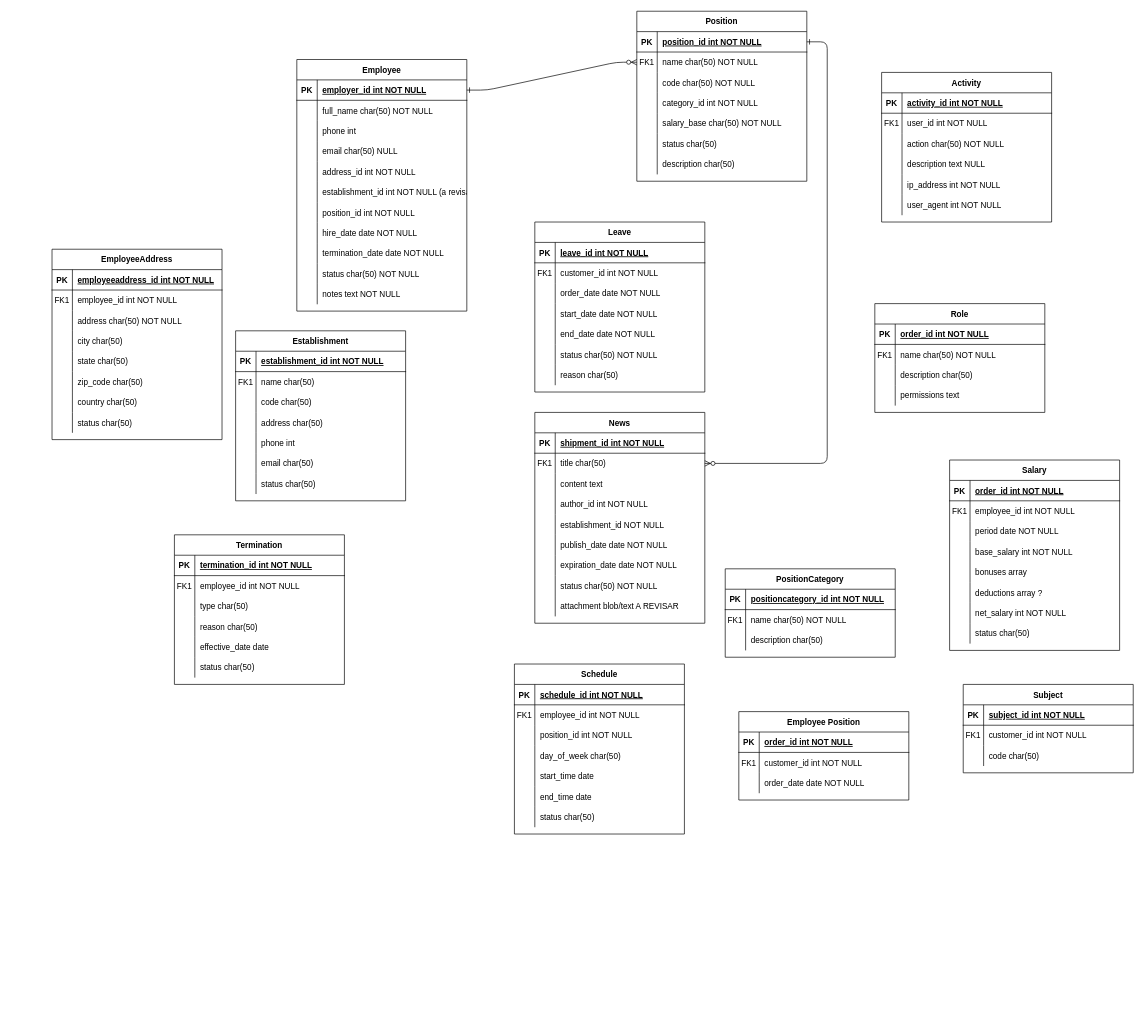
This is Untitled Diagram.drawio from Vedgge/WormSync, a draw.io file, before an edit. Source tidied: cells renumbered, new cells numbered last; positions are measured from the earlier drawing's top-left corner, leaving out a move shared by most shapes. Both pictures are drawn from the tidied source at 68%, with x=0, y=0 at pixel (52, 11).
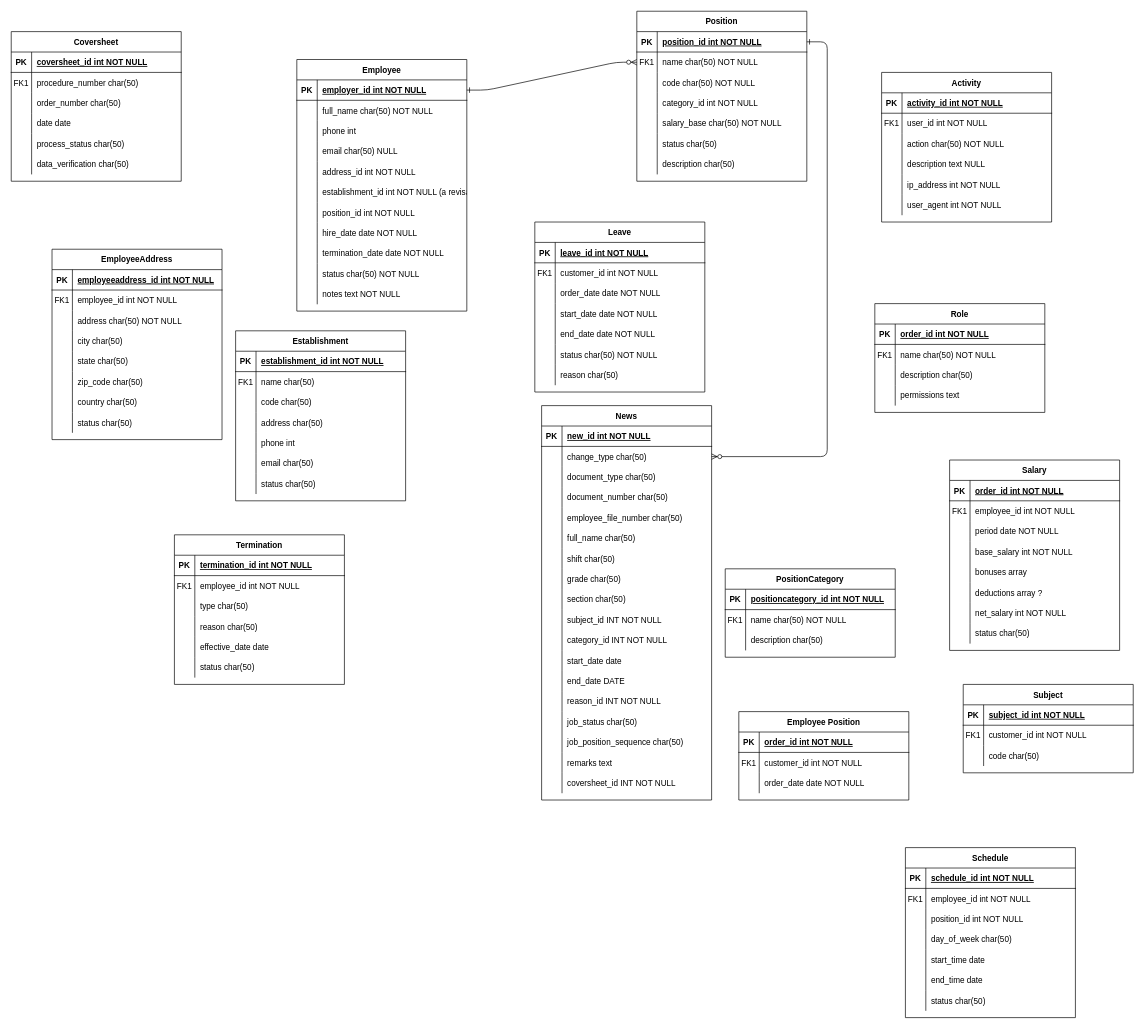
After the change.

Unchanged cells that the change refers to:
```xml
<mxCell id="27" style="shape=partialRectangle;fillColor=none;top=0;left=0;right=0;bottom=1;" parent="26" vertex="1">
  <mxGeometry y="30" width="250" height="30" as="geometry" />
</mxCell>
<mxCell id="30" style="shape=partialRectangle;fillColor=none;points=[[0,0.5],[1,0.5]];portConstraint=eastwest;top=0;left=0;right=0;bottom=0;" parent="26" vertex="1">
  <mxGeometry y="60" width="250" height="30" as="geometry" />
</mxCell>
<mxCell id="33" style="shape=partialRectangle;fillColor=none;top=0;left=0;right=0;bottom=0;" parent="26" vertex="1">
  <mxGeometry y="90" width="250" height="30" as="geometry" />
</mxCell>
<mxCell id="36" style="shape=partialRectangle;fillColor=none;top=0;left=0;right=0;bottom=0;" parent="26" vertex="1">
  <mxGeometry y="120" width="250" height="30" as="geometry" />
</mxCell>
<mxCell id="39" style="shape=partialRectangle;fillColor=none;top=0;left=0;right=0;bottom=0;" parent="26" vertex="1">
  <mxGeometry y="150" width="250" height="30" as="geometry" />
</mxCell>
<mxCell id="42" style="shape=partialRectangle;fillColor=none;top=0;left=0;right=0;bottom=0;" parent="26" vertex="1">
  <mxGeometry y="180" width="250" height="30" as="geometry" />
</mxCell>
<mxCell id="45" style="shape=partialRectangle;fillColor=none;top=0;left=0;right=0;bottom=0;" parent="26" vertex="1">
  <mxGeometry y="210" width="250" height="30" as="geometry" />
</mxCell>
<mxCell id="48" style="shape=partialRectangle;fillColor=none;top=0;left=0;right=0;bottom=0;" parent="26" vertex="1">
  <mxGeometry y="240" width="250" height="30" as="geometry" />
</mxCell>
<mxCell id="51" style="shape=partialRectangle;fillColor=none;top=0;left=0;right=0;bottom=0;" parent="26" vertex="1">
  <mxGeometry y="270" width="250" height="30" as="geometry" />
</mxCell>
```

Diff of the diagram source:
```diff
@@
     <mxCell id="26" value="News" style="shape=table;startSize=30;childLayout=tableLayout;rowLines=0;fontStyle=1;align=center;" parent="1" vertex="1">
-      <mxGeometry x="710" y="590" width="250" height="310" as="geometry" />
+      <mxGeometry x="720" y="580" width="250" height="580" as="geometry" />
     </mxCell>
@@
-    <mxCell id="29" value="shipment_id int NOT NULL " style="shape=partialRectangle;overflow=hidden;fillColor=none;top=0;left=0;bottom=0;right=0;align=left;spacingLeft=6;fontStyle=5;" parent="27" vertex="1">
+    <mxCell id="29" value="new_id int NOT NULL " style="shape=partialRectangle;overflow=hidden;fillColor=none;top=0;left=0;bottom=0;right=0;align=left;spacingLeft=6;fontStyle=5;" parent="27" vertex="1">
       <mxGeometry x="30" width="220" height="30" as="geometry" />
     </mxCell>
@@
-    <mxCell id="31" value="FK1" style="shape=partialRectangle;overflow=hidden;fillColor=none;top=0;left=0;bottom=0;right=0;" parent="30" vertex="1">
+    <mxCell id="31" style="shape=partialRectangle;overflow=hidden;fillColor=none;top=0;left=0;bottom=0;right=0;" parent="30" vertex="1">
       <mxGeometry width="30" height="30" as="geometry" />
     </mxCell>
-    <mxCell id="32" value="title char(50)" style="shape=partialRectangle;overflow=hidden;fillColor=none;top=0;left=0;bottom=0;right=0;align=left;spacingLeft=6;" parent="30" vertex="1">
+    <mxCell id="32" value="change_type char(50)" style="shape=partialRectangle;overflow=hidden;fillColor=none;top=0;left=0;bottom=0;right=0;align=left;spacingLeft=6;" parent="30" vertex="1">
       <mxGeometry x="30" width="220" height="30" as="geometry" />
     </mxCell>
@@
-    <mxCell id="35" value="content text" style="shape=partialRectangle;overflow=hidden;fillColor=none;top=0;left=0;bottom=0;right=0;align=left;spacingLeft=6;" parent="33" vertex="1">
+    <mxCell id="35" value="document_type char(50)" style="shape=partialRectangle;overflow=hidden;fillColor=none;top=0;left=0;bottom=0;right=0;align=left;spacingLeft=6;" parent="33" vertex="1">
       <mxGeometry x="30" width="220" height="30" as="geometry" />
     </mxCell>
@@
-    <mxCell id="38" value="author_id int NOT NULL" style="shape=partialRectangle;overflow=hidden;fillColor=none;top=0;left=0;bottom=0;right=0;align=left;spacingLeft=6;" parent="36" vertex="1">
+    <mxCell id="38" value="document_number char(50)" style="shape=partialRectangle;overflow=hidden;fillColor=none;top=0;left=0;bottom=0;right=0;align=left;spacingLeft=6;" parent="36" vertex="1">
       <mxGeometry x="30" width="220" height="30" as="geometry" />
     </mxCell>
@@
-    <mxCell id="41" value="establishment_id NOT NULL" style="shape=partialRectangle;overflow=hidden;fillColor=none;top=0;left=0;bottom=0;right=0;align=left;spacingLeft=6;" parent="39" vertex="1">
+    <mxCell id="41" value="employee_file_number char(50)" style="shape=partialRectangle;overflow=hidden;fillColor=none;top=0;left=0;bottom=0;right=0;align=left;spacingLeft=6;" parent="39" vertex="1">
       <mxGeometry x="30" width="220" height="30" as="geometry" />
     </mxCell>
@@
-    <mxCell id="44" value="publish_date date NOT NULL" style="shape=partialRectangle;overflow=hidden;fillColor=none;top=0;left=0;bottom=0;right=0;align=left;spacingLeft=6;" parent="42" vertex="1">
+    <mxCell id="44" value="full_name char(50)" style="shape=partialRectangle;overflow=hidden;fillColor=none;top=0;left=0;bottom=0;right=0;align=left;spacingLeft=6;" parent="42" vertex="1">
       <mxGeometry x="30" width="220" height="30" as="geometry" />
     </mxCell>
@@
-    <mxCell id="47" value="expiration_date date NOT NULL" style="shape=partialRectangle;overflow=hidden;fillColor=none;top=0;left=0;bottom=0;right=0;align=left;spacingLeft=6;" parent="45" vertex="1">
+    <mxCell id="47" value="shift char(50)" style="shape=partialRectangle;overflow=hidden;fillColor=none;top=0;left=0;bottom=0;right=0;align=left;spacingLeft=6;" parent="45" vertex="1">
       <mxGeometry x="30" width="220" height="30" as="geometry" />
     </mxCell>
@@
-    <mxCell id="50" value="status char(50) NOT NULL" style="shape=partialRectangle;overflow=hidden;fillColor=none;top=0;left=0;bottom=0;right=0;align=left;spacingLeft=6;" parent="48" vertex="1">
+    <mxCell id="50" value="grade char(50)" style="shape=partialRectangle;overflow=hidden;fillColor=none;top=0;left=0;bottom=0;right=0;align=left;spacingLeft=6;" parent="48" vertex="1">
       <mxGeometry x="30" width="220" height="30" as="geometry" />
     </mxCell>
@@
-    <mxCell id="53" value="attachment blob/text A REVISAR" style="shape=partialRectangle;overflow=hidden;fillColor=none;top=0;left=0;bottom=0;right=0;align=left;spacingLeft=6;" parent="51" vertex="1">
+    <mxCell id="53" value="section char(50)" style="shape=partialRectangle;overflow=hidden;fillColor=none;top=0;left=0;bottom=0;right=0;align=left;spacingLeft=6;" parent="51" vertex="1">
       <mxGeometry x="30" width="220" height="30" as="geometry" />
     </mxCell>
+    <mxCell id="285" style="shape=partialRectangle;fillColor=none;top=0;left=0;right=0;bottom=0;" parent="26" vertex="1">
+      <mxGeometry y="300" width="250" height="30" as="geometry" />
+    </mxCell>
+    <mxCell id="286" style="shape=partialRectangle;overflow=hidden;fillColor=none;top=0;left=0;bottom=0;right=0;" parent="285" vertex="1">
+      <mxGeometry width="30" height="30" as="geometry" />
+    </mxCell>
+    <mxCell id="287" value="subject_id INT NOT NULL" style="shape=partialRectangle;overflow=hidden;fillColor=none;top=0;left=0;bottom=0;right=0;align=left;spacingLeft=6;" parent="285" vertex="1">
+      <mxGeometry x="30" width="220" height="30" as="geometry" />
+    </mxCell>
+    <mxCell id="288" style="shape=partialRectangle;fillColor=none;top=0;left=0;right=0;bottom=0;" parent="26" vertex="1">
+      <mxGeometry y="330" width="250" height="30" as="geometry" />
+    </mxCell>
+    <mxCell id="289" style="shape=partialRectangle;overflow=hidden;fillColor=none;top=0;left=0;bottom=0;right=0;" parent="288" vertex="1">
+      <mxGeometry width="30" height="30" as="geometry" />
+    </mxCell>
+    <mxCell id="290" value="category_id INT NOT NULL" style="shape=partialRectangle;overflow=hidden;fillColor=none;top=0;left=0;bottom=0;right=0;align=left;spacingLeft=6;" parent="288" vertex="1">
+      <mxGeometry x="30" width="220" height="30" as="geometry" />
+    </mxCell>
+    <mxCell id="291" style="shape=partialRectangle;fillColor=none;top=0;left=0;right=0;bottom=0;" parent="26" vertex="1">
+      <mxGeometry y="360" width="250" height="30" as="geometry" />
+    </mxCell>
+    <mxCell id="292" style="shape=partialRectangle;overflow=hidden;fillColor=none;top=0;left=0;bottom=0;right=0;" parent="291" vertex="1">
+      <mxGeometry width="30" height="30" as="geometry" />
+    </mxCell>
+    <mxCell id="293" value="start_date date" style="shape=partialRectangle;overflow=hidden;fillColor=none;top=0;left=0;bottom=0;right=0;align=left;spacingLeft=6;" parent="291" vertex="1">
+      <mxGeometry x="30" width="220" height="30" as="geometry" />
+    </mxCell>
+    <mxCell id="294" style="shape=partialRectangle;fillColor=none;top=0;left=0;right=0;bottom=0;" parent="26" vertex="1">
+      <mxGeometry y="390" width="250" height="30" as="geometry" />
+    </mxCell>
+    <mxCell id="295" style="shape=partialRectangle;overflow=hidden;fillColor=none;top=0;left=0;bottom=0;right=0;" parent="294" vertex="1">
+      <mxGeometry width="30" height="30" as="geometry" />
+    </mxCell>
+    <mxCell id="296" value="end_date DATE " style="shape=partialRectangle;overflow=hidden;fillColor=none;top=0;left=0;bottom=0;right=0;align=left;spacingLeft=6;" parent="294" vertex="1">
+      <mxGeometry x="30" width="220" height="30" as="geometry" />
+    </mxCell>
+    <mxCell id="297" style="shape=partialRectangle;fillColor=none;top=0;left=0;right=0;bottom=0;" parent="26" vertex="1">
+      <mxGeometry y="420" width="250" height="30" as="geometry" />
+    </mxCell>
+    <mxCell id="298" style="shape=partialRectangle;overflow=hidden;fillColor=none;top=0;left=0;bottom=0;right=0;" parent="297" vertex="1">
+      <mxGeometry width="30" height="30" as="geometry" />
+    </mxCell>
+    <mxCell id="299" value="reason_id INT NOT NULL" style="shape=partialRectangle;overflow=hidden;fillColor=none;top=0;left=0;bottom=0;right=0;align=left;spacingLeft=6;" parent="297" vertex="1">
+      <mxGeometry x="30" width="220" height="30" as="geometry" />
+    </mxCell>
+    <mxCell id="300" style="shape=partialRectangle;fillColor=none;top=0;left=0;right=0;bottom=0;" parent="26" vertex="1">
+      <mxGeometry y="450" width="250" height="30" as="geometry" />
+    </mxCell>
+    <mxCell id="301" style="shape=partialRectangle;overflow=hidden;fillColor=none;top=0;left=0;bottom=0;right=0;" parent="300" vertex="1">
+      <mxGeometry width="30" height="30" as="geometry" />
+    </mxCell>
+    <mxCell id="302" value="job_status char(50)" style="shape=partialRectangle;overflow=hidden;fillColor=none;top=0;left=0;bottom=0;right=0;align=left;spacingLeft=6;" parent="300" vertex="1">
+      <mxGeometry x="30" width="220" height="30" as="geometry" />
+    </mxCell>
+    <mxCell id="303" style="shape=partialRectangle;fillColor=none;top=0;left=0;right=0;bottom=0;" parent="26" vertex="1">
+      <mxGeometry y="480" width="250" height="30" as="geometry" />
+    </mxCell>
+    <mxCell id="304" style="shape=partialRectangle;overflow=hidden;fillColor=none;top=0;left=0;bottom=0;right=0;" parent="303" vertex="1">
+      <mxGeometry width="30" height="30" as="geometry" />
+    </mxCell>
+    <mxCell id="305" value="job_position_sequence char(50)" style="shape=partialRectangle;overflow=hidden;fillColor=none;top=0;left=0;bottom=0;right=0;align=left;spacingLeft=6;" parent="303" vertex="1">
+      <mxGeometry x="30" width="220" height="30" as="geometry" />
+    </mxCell>
+    <mxCell id="306" style="shape=partialRectangle;fillColor=none;top=0;left=0;right=0;bottom=0;" parent="26" vertex="1">
+      <mxGeometry y="510" width="250" height="30" as="geometry" />
+    </mxCell>
+    <mxCell id="307" style="shape=partialRectangle;overflow=hidden;fillColor=none;top=0;left=0;bottom=0;right=0;" parent="306" vertex="1">
+      <mxGeometry width="30" height="30" as="geometry" />
+    </mxCell>
+    <mxCell id="308" value="remarks text" style="shape=partialRectangle;overflow=hidden;fillColor=none;top=0;left=0;bottom=0;right=0;align=left;spacingLeft=6;" parent="306" vertex="1">
+      <mxGeometry x="30" width="220" height="30" as="geometry" />
+    </mxCell>
+    <mxCell id="309" style="shape=partialRectangle;fillColor=none;top=0;left=0;right=0;bottom=0;" parent="26" vertex="1">
+      <mxGeometry y="540" width="250" height="30" as="geometry" />
+    </mxCell>
+    <mxCell id="310" style="shape=partialRectangle;overflow=hidden;fillColor=none;top=0;left=0;bottom=0;right=0;" parent="309" vertex="1">
+      <mxGeometry width="30" height="30" as="geometry" />
+    </mxCell>
+    <mxCell id="311" value="coversheet_id INT NOT NULL" style="shape=partialRectangle;overflow=hidden;fillColor=none;top=0;left=0;bottom=0;right=0;align=left;spacingLeft=6;" parent="309" vertex="1">
+      <mxGeometry x="30" width="220" height="30" as="geometry" />
+    </mxCell>
@@
     <mxCell id="183" value="Schedule" style="shape=table;startSize=30;childLayout=tableLayout;rowLines=0;fontStyle=1;align=center;" parent="1" vertex="1">
-      <mxGeometry x="680" y="960" width="250" height="250" as="geometry" />
+      <mxGeometry x="1255" y="1230" width="250" height="250" as="geometry" />
     </mxCell>
@@
+    <mxCell id="312" value="Coversheet" style="shape=table;startSize=30;childLayout=tableLayout;rowLines=0;fontStyle=1;align=center;" parent="1" vertex="1">
+      <mxGeometry x="-60" y="30" width="250" height="220" as="geometry" />
+    </mxCell>
+    <mxCell id="313" style="shape=partialRectangle;fillColor=none;top=0;left=0;right=0;bottom=1;" parent="312" vertex="1">
+      <mxGeometry y="30" width="250" height="30" as="geometry" />
+    </mxCell>
+    <mxCell id="314" value="PK" style="shape=partialRectangle;overflow=hidden;fillColor=none;top=0;left=0;bottom=0;right=0;fontStyle=1;" parent="313" vertex="1">
+      <mxGeometry width="30" height="30" as="geometry" />
+    </mxCell>
+    <mxCell id="315" value="coversheet_id int NOT NULL " style="shape=partialRectangle;overflow=hidden;fillColor=none;top=0;left=0;bottom=0;right=0;align=left;spacingLeft=6;fontStyle=5;" parent="313" vertex="1">
+      <mxGeometry x="30" width="220" height="30" as="geometry" />
+    </mxCell>
+    <mxCell id="316" style="shape=partialRectangle;fillColor=none;top=0;left=0;right=0;bottom=0;" parent="312" vertex="1">
+      <mxGeometry y="60" width="250" height="30" as="geometry" />
+    </mxCell>
+    <mxCell id="317" value="FK1" style="shape=partialRectangle;overflow=hidden;fillColor=none;top=0;left=0;bottom=0;right=0;" parent="316" vertex="1">
+      <mxGeometry width="30" height="30" as="geometry" />
+    </mxCell>
+    <mxCell id="318" value="procedure_number char(50)" style="shape=partialRectangle;overflow=hidden;fillColor=none;top=0;left=0;bottom=0;right=0;align=left;spacingLeft=6;" parent="316" vertex="1">
+      <mxGeometry x="30" width="220" height="30" as="geometry" />
+    </mxCell>
+    <mxCell id="319" style="shape=partialRectangle;fillColor=none;top=0;left=0;right=0;bottom=0;" parent="312" vertex="1">
+      <mxGeometry y="90" width="250" height="30" as="geometry" />
+    </mxCell>
+    <mxCell id="320" style="shape=partialRectangle;overflow=hidden;fillColor=none;top=0;left=0;bottom=0;right=0;" parent="319" vertex="1">
+      <mxGeometry width="30" height="30" as="geometry" />
+    </mxCell>
+    <mxCell id="321" value="order_number char(50)" style="shape=partialRectangle;overflow=hidden;fillColor=none;top=0;left=0;bottom=0;right=0;align=left;spacingLeft=6;" parent="319" vertex="1">
+      <mxGeometry x="30" width="220" height="30" as="geometry" />
+    </mxCell>
+    <mxCell id="322" style="shape=partialRectangle;fillColor=none;top=0;left=0;right=0;bottom=0;" parent="312" vertex="1">
+      <mxGeometry y="120" width="250" height="30" as="geometry" />
+    </mxCell>
+    <mxCell id="323" style="shape=partialRectangle;overflow=hidden;fillColor=none;top=0;left=0;bottom=0;right=0;" parent="322" vertex="1">
+      <mxGeometry width="30" height="30" as="geometry" />
+    </mxCell>
+    <mxCell id="324" value="date date" style="shape=partialRectangle;overflow=hidden;fillColor=none;top=0;left=0;bottom=0;right=0;align=left;spacingLeft=6;" parent="322" vertex="1">
+      <mxGeometry x="30" width="220" height="30" as="geometry" />
+    </mxCell>
+    <mxCell id="325" style="shape=partialRectangle;fillColor=none;top=0;left=0;right=0;bottom=0;" parent="312" vertex="1">
+      <mxGeometry y="150" width="250" height="30" as="geometry" />
+    </mxCell>
+    <mxCell id="326" style="shape=partialRectangle;overflow=hidden;fillColor=none;top=0;left=0;bottom=0;right=0;" parent="325" vertex="1">
+      <mxGeometry width="30" height="30" as="geometry" />
+    </mxCell>
+    <mxCell id="327" value="process_status char(50)" style="shape=partialRectangle;overflow=hidden;fillColor=none;top=0;left=0;bottom=0;right=0;align=left;spacingLeft=6;" parent="325" vertex="1">
+      <mxGeometry x="30" width="220" height="30" as="geometry" />
+    </mxCell>
+    <mxCell id="328" style="shape=partialRectangle;fillColor=none;top=0;left=0;right=0;bottom=0;" parent="312" vertex="1">
+      <mxGeometry y="180" width="250" height="30" as="geometry" />
+    </mxCell>
+    <mxCell id="329" style="shape=partialRectangle;overflow=hidden;fillColor=none;top=0;left=0;bottom=0;right=0;" parent="328" vertex="1">
+      <mxGeometry width="30" height="30" as="geometry" />
+    </mxCell>
+    <mxCell id="330" value="data_verification char(50)" style="shape=partialRectangle;overflow=hidden;fillColor=none;top=0;left=0;bottom=0;right=0;align=left;spacingLeft=6;" parent="328" vertex="1">
+      <mxGeometry x="30" width="220" height="30" as="geometry" />
+    </mxCell>
```
